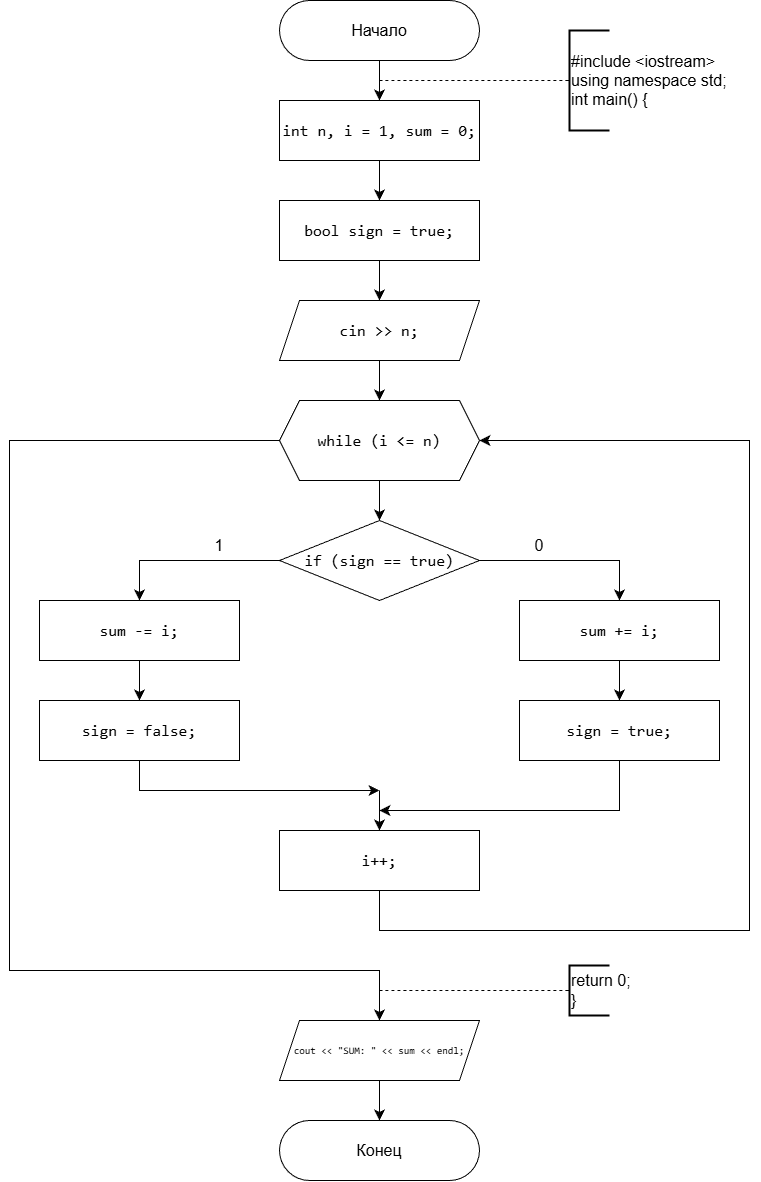
Above: Sem_1/2_16/2_16_block_scheme.png in egovcevivan/Labs_PSTU (draw.io), before the change. Source tidied: cells renumbered, new cells last; positions are measured from the earlier drawing's top-left corner, leaving out a move shared by most shapes. The source it was exported from:
```xml
<mxGraphModel background="#ffffff">
  <root>
    <mxCell id="0" />
    <mxCell id="1" parent="0" />
    <mxCell id="2" style="edgeStyle=none;curved=1;rounded=0;jettySize=auto;html=1;fontSize=12;startSize=8;endSize=8;" parent="1" edge="1" source="3" target="5">
      <mxGeometry relative="1" as="geometry" />
    </mxCell>
    <mxCell id="3" value="Начало" style="rounded=1;whiteSpace=wrap;html=1;arcSize=50;fontSize=16;" parent="1" vertex="1">
      <mxGeometry x="270" width="200" height="60" as="geometry" />
    </mxCell>
    <mxCell id="4" style="edgeStyle=none;curved=1;rounded=0;jettySize=auto;html=1;fontSize=12;startSize=8;endSize=8;" parent="1" edge="1" source="5" target="7">
      <mxGeometry relative="1" as="geometry" />
    </mxCell>
    <mxCell id="5" value="&lt;div style=&quot;font-family: Consolas, &amp;quot;Courier New&amp;quot;, monospace; line-height: 22px; white-space: pre;&quot;&gt;&lt;span style=&quot;&quot;&gt;int&lt;/span&gt; &lt;span style=&quot;&quot;&gt;n&lt;/span&gt;, i = 1, &lt;span style=&quot;&quot;&gt;sum&lt;/span&gt; &lt;span style=&quot;&quot;&gt;=&lt;/span&gt; &lt;span style=&quot;&quot;&gt;0&lt;/span&gt;;&lt;/div&gt;" style="rounded=0;whiteSpace=wrap;html=1;fontSize=16;labelBackgroundColor=none;fontColor=default;" parent="1" vertex="1">
      <mxGeometry x="270" y="100" width="200" height="60" as="geometry" />
    </mxCell>
    <mxCell id="6" style="edgeStyle=none;curved=1;rounded=0;jettySize=auto;html=1;fontSize=12;startSize=8;endSize=8;" parent="1" edge="1" source="7" target="11">
      <mxGeometry relative="1" as="geometry" />
    </mxCell>
    <mxCell id="7" value="&lt;div style=&quot;font-family: Consolas, &amp;quot;Courier New&amp;quot;, monospace; line-height: 22px; white-space: pre;&quot;&gt;&lt;span style=&quot;&quot;&gt;bool&lt;/span&gt; &lt;span style=&quot;&quot;&gt;sign&lt;/span&gt; &lt;span style=&quot;&quot;&gt;=&lt;/span&gt; &lt;span style=&quot;&quot;&gt;true&lt;/span&gt;;&lt;/div&gt;" style="rounded=0;whiteSpace=wrap;html=1;fontSize=16;labelBackgroundColor=none;fontColor=default;" parent="1" vertex="1">
      <mxGeometry x="270" y="200" width="200" height="60" as="geometry" />
    </mxCell>
    <mxCell id="8" style="endArrow=none;dashed=1;html=1;rounded=0;fontSize=12;startSize=8;endSize=8;curved=1;entryX=0;entryY=0.5;entryDx=0;entryDy=0;entryPerimeter=0;" parent="1" edge="1" target="9">
      <mxGeometry relative="1" as="geometry">
        <mxPoint x="370" y="80" as="sourcePoint" />
      </mxGeometry>
    </mxCell>
    <mxCell id="9" value="#include &amp;lt;iostream&amp;gt;&lt;div&gt;using namespace std;&lt;/div&gt;&lt;div&gt;int main() {&lt;/div&gt;" style="strokeWidth=2;html=1;shape=mxgraph.flowchart.annotation_1;align=left;fontSize=16;" parent="1" vertex="1">
      <mxGeometry x="560" y="30" width="40" height="100" as="geometry" />
    </mxCell>
    <mxCell id="10" style="edgeStyle=none;curved=1;rounded=0;jettySize=auto;html=1;fontSize=12;startSize=8;endSize=8;" parent="1" edge="1" source="11" target="14">
      <mxGeometry relative="1" as="geometry" />
    </mxCell>
    <mxCell id="11" value="&lt;div style=&quot;font-family: Consolas, &amp;quot;Courier New&amp;quot;, monospace; line-height: 22px; white-space: pre;&quot;&gt;&lt;span style=&quot;&quot;&gt;cin&lt;/span&gt; &lt;span style=&quot;&quot;&gt;&amp;gt;&amp;gt;&lt;/span&gt; &lt;span style=&quot;&quot;&gt;n&lt;/span&gt;;&lt;/div&gt;" style="shape=parallelogram;perimeter=parallelogramPerimeter;whiteSpace=wrap;html=1;fixedSize=1;direction=west;fontSize=16;labelBackgroundColor=none;fontColor=default;" parent="1" vertex="1">
      <mxGeometry x="270" y="300" width="200" height="60" as="geometry" />
    </mxCell>
    <mxCell id="12" style="edgeStyle=none;curved=1;rounded=0;jettySize=auto;html=1;fontSize=12;startSize=8;endSize=8;" parent="1" edge="1" source="14" target="17">
      <mxGeometry relative="1" as="geometry" />
    </mxCell>
    <mxCell id="13" style="edgeStyle=none;curved=0;rounded=0;jettySize=auto;html=1;exitX=0;exitY=0.5;exitDx=0;exitDy=0;entryX=0.5;entryY=0;entryDx=0;entryDy=0;fontSize=12;startSize=8;endSize=8;" parent="1" edge="1" source="14" target="32">
      <mxGeometry relative="1" as="geometry">
        <Array as="points">
          <mxPoint y="440" />
          <mxPoint y="970" />
          <mxPoint x="370" y="970" />
        </Array>
      </mxGeometry>
    </mxCell>
    <mxCell id="14" value="&lt;div style=&quot;font-family: Consolas, &amp;quot;Courier New&amp;quot;, monospace; line-height: 22px; white-space: pre;&quot;&gt;&lt;div style=&quot;line-height: 22px;&quot;&gt;&lt;span style=&quot;&quot;&gt;while&lt;/span&gt; (&lt;span style=&quot;&quot;&gt;i&lt;/span&gt; &lt;span style=&quot;&quot;&gt;&amp;lt;=&lt;/span&gt; &lt;span style=&quot;&quot;&gt;n&lt;/span&gt;)&lt;/div&gt;&lt;/div&gt;" style="shape=hexagon;perimeter=hexagonPerimeter2;whiteSpace=wrap;html=1;fixedSize=1;fontSize=16;labelBackgroundColor=none;fontColor=default;" parent="1" vertex="1">
      <mxGeometry x="270" y="400" width="200" height="80" as="geometry" />
    </mxCell>
    <mxCell id="15" style="edgeStyle=none;curved=0;rounded=0;jettySize=auto;html=1;exitX=0;exitY=0.5;exitDx=0;exitDy=0;entryX=0.5;entryY=0;entryDx=0;entryDy=0;fontSize=12;startSize=8;endSize=8;" parent="1" edge="1" source="17" target="19">
      <mxGeometry relative="1" as="geometry">
        <Array as="points">
          <mxPoint x="130" y="560" />
        </Array>
      </mxGeometry>
    </mxCell>
    <mxCell id="16" style="edgeStyle=none;curved=0;rounded=0;jettySize=auto;html=1;exitX=1;exitY=0.5;exitDx=0;exitDy=0;entryX=0.5;entryY=0;entryDx=0;entryDy=0;fontSize=12;startSize=8;endSize=8;strokeColor=default;" parent="1" edge="1" source="17" target="23">
      <mxGeometry relative="1" as="geometry">
        <Array as="points">
          <mxPoint x="610" y="560" />
        </Array>
      </mxGeometry>
    </mxCell>
    <mxCell id="17" value="&lt;div style=&quot;font-family: Consolas, &amp;quot;Courier New&amp;quot;, monospace; line-height: 22px; white-space: pre;&quot;&gt;&lt;span style=&quot;&quot;&gt;if&lt;/span&gt; (&lt;span style=&quot;&quot;&gt;sign&lt;/span&gt; &lt;span style=&quot;&quot;&gt;==&lt;/span&gt; &lt;span style=&quot;&quot;&gt;true&lt;/span&gt;)&lt;/div&gt;" style="rhombus;whiteSpace=wrap;html=1;fontSize=16;labelBackgroundColor=none;fontColor=default;" parent="1" vertex="1">
      <mxGeometry x="270" y="520" width="200" height="80" as="geometry" />
    </mxCell>
    <mxCell id="18" style="edgeStyle=none;curved=1;rounded=0;jettySize=auto;html=1;fontSize=12;startSize=8;endSize=8;" parent="1" edge="1" source="19" target="20">
      <mxGeometry relative="1" as="geometry" />
    </mxCell>
    <mxCell id="19" value="&lt;div style=&quot;font-family: Consolas, &amp;quot;Courier New&amp;quot;, monospace; line-height: 22px; white-space: pre;&quot;&gt;&lt;span style=&quot;&quot;&gt;sum&lt;/span&gt; &lt;span style=&quot;&quot;&gt;-=&lt;/span&gt; &lt;span style=&quot;&quot;&gt;i&lt;/span&gt;;&lt;/div&gt;" style="rounded=0;whiteSpace=wrap;html=1;fontSize=16;labelBackgroundColor=none;fontColor=default;" parent="1" vertex="1">
      <mxGeometry x="30" y="600" width="200" height="60" as="geometry" />
    </mxCell>
    <mxCell id="20" value="&lt;div style=&quot;font-family: Consolas, &amp;quot;Courier New&amp;quot;, monospace; line-height: 22px; white-space: pre;&quot;&gt;&lt;div style=&quot;line-height: 22px;&quot;&gt;&lt;span style=&quot;&quot;&gt;sign&lt;/span&gt; &lt;span style=&quot;&quot;&gt;=&lt;/span&gt; &lt;span style=&quot;&quot;&gt;false&lt;/span&gt;;&lt;/div&gt;&lt;/div&gt;" style="rounded=0;whiteSpace=wrap;html=1;fontSize=16;labelBackgroundColor=none;fontColor=default;" parent="1" vertex="1">
      <mxGeometry x="30" y="700" width="200" height="60" as="geometry" />
    </mxCell>
    <mxCell id="21" value="1" style="text;html=1;whiteSpace=wrap;strokeColor=none;fillColor=none;align=center;verticalAlign=middle;rounded=0;fontSize=16;" parent="1" vertex="1">
      <mxGeometry x="180" y="530" width="60" height="30" as="geometry" />
    </mxCell>
    <mxCell id="22" style="edgeStyle=none;curved=1;rounded=0;jettySize=auto;html=1;fontSize=12;startSize=8;endSize=8;" parent="1" edge="1" source="23" target="25">
      <mxGeometry relative="1" as="geometry" />
    </mxCell>
    <mxCell id="23" value="&lt;div style=&quot;font-family: Consolas, &amp;quot;Courier New&amp;quot;, monospace; line-height: 22px; white-space: pre;&quot;&gt;&lt;span style=&quot;&quot;&gt;sum&lt;/span&gt; +&lt;span style=&quot;&quot;&gt;=&lt;/span&gt; &lt;span style=&quot;&quot;&gt;i&lt;/span&gt;;&lt;/div&gt;" style="rounded=0;whiteSpace=wrap;html=1;fontSize=16;labelBackgroundColor=none;fontColor=default;" parent="1" vertex="1">
      <mxGeometry x="510" y="600" width="200" height="60" as="geometry" />
    </mxCell>
    <mxCell id="24" style="edgeStyle=none;curved=0;rounded=0;jettySize=auto;html=1;exitX=0.5;exitY=1;exitDx=0;exitDy=0;fontSize=12;startSize=8;endSize=8;" parent="1" edge="1" source="25">
      <mxGeometry relative="1" as="geometry">
        <mxPoint x="370" y="810" as="targetPoint" />
        <Array as="points">
          <mxPoint x="610" y="810" />
        </Array>
      </mxGeometry>
    </mxCell>
    <mxCell id="25" value="&lt;div style=&quot;font-family: Consolas, &amp;quot;Courier New&amp;quot;, monospace; line-height: 22px; white-space: pre;&quot;&gt;&lt;div style=&quot;line-height: 22px;&quot;&gt;&lt;span style=&quot;&quot;&gt;sign&lt;/span&gt; &lt;span style=&quot;&quot;&gt;=&lt;/span&gt; true;&lt;/div&gt;&lt;/div&gt;" style="rounded=0;whiteSpace=wrap;html=1;fontSize=16;labelBackgroundColor=none;fontColor=default;" parent="1" vertex="1">
      <mxGeometry x="510" y="700" width="200" height="60" as="geometry" />
    </mxCell>
    <mxCell id="26" value="0" style="text;html=1;whiteSpace=wrap;strokeColor=none;fillColor=none;align=center;verticalAlign=middle;rounded=0;fontSize=16;" parent="1" vertex="1">
      <mxGeometry x="500" y="530" width="60" height="30" as="geometry" />
    </mxCell>
    <mxCell id="27" style="edgeStyle=none;curved=0;rounded=0;jettySize=auto;html=1;exitX=0.5;exitY=1;exitDx=0;exitDy=0;entryX=1;entryY=0.5;entryDx=0;entryDy=0;fontSize=12;startSize=8;endSize=8;" parent="1" edge="1" source="28" target="14">
      <mxGeometry relative="1" as="geometry">
        <Array as="points">
          <mxPoint x="370" y="930" />
          <mxPoint x="740" y="930" />
          <mxPoint x="740" y="440" />
        </Array>
      </mxGeometry>
    </mxCell>
    <mxCell id="28" value="&lt;div style=&quot;font-family: Consolas, &amp;quot;Courier New&amp;quot;, monospace; line-height: 22px; white-space: pre;&quot;&gt;&lt;span&gt;i&lt;/span&gt;&lt;span&gt;++&lt;/span&gt;;&lt;/div&gt;" style="rounded=0;whiteSpace=wrap;html=1;fontSize=16;labelBackgroundColor=none;fontColor=default;" parent="1" vertex="1">
      <mxGeometry x="270" y="830" width="200" height="60" as="geometry" />
    </mxCell>
    <mxCell id="29" style="endArrow=classic;html=1;rounded=0;fontSize=12;startSize=8;endSize=8;curved=1;entryX=0.5;entryY=0;entryDx=0;entryDy=0;" parent="1" edge="1" target="28">
      <mxGeometry relative="1" as="geometry">
        <mxPoint x="370" y="790" as="sourcePoint" />
      </mxGeometry>
    </mxCell>
    <mxCell id="30" style="endArrow=classic;html=1;rounded=0;fontSize=12;startSize=8;endSize=8;curved=0;exitX=0.5;exitY=1;exitDx=0;exitDy=0;" parent="1" edge="1" source="20">
      <mxGeometry relative="1" as="geometry">
        <mxPoint x="370" y="790" as="targetPoint" />
        <Array as="points">
          <mxPoint x="130" y="790" />
        </Array>
      </mxGeometry>
    </mxCell>
    <mxCell id="31" style="edgeStyle=none;curved=1;rounded=0;jettySize=auto;html=1;fontSize=12;startSize=8;endSize=8;" parent="1" edge="1" source="32" target="33">
      <mxGeometry relative="1" as="geometry" />
    </mxCell>
    <mxCell id="32" value="&lt;div style=&quot;font-family: Consolas, &amp;quot;Courier New&amp;quot;, monospace; line-height: 22px; white-space: pre;&quot;&gt;&lt;span style=&quot;&quot;&gt;cout&lt;/span&gt; &lt;span style=&quot;&quot;&gt;&amp;lt;&amp;lt;&lt;/span&gt; &lt;span style=&quot;&quot;&gt;&quot;SUM: &quot;&lt;/span&gt; &lt;span style=&quot;&quot;&gt;&amp;lt;&amp;lt;&lt;/span&gt; &lt;span style=&quot;&quot;&gt;sum&lt;/span&gt; &lt;span style=&quot;&quot;&gt;&amp;lt;&amp;lt;&lt;/span&gt; &lt;span style=&quot;&quot;&gt;endl&lt;/span&gt;;&lt;/div&gt;" style="shape=parallelogram;perimeter=parallelogramPerimeter;whiteSpace=wrap;html=1;fixedSize=1;fontSize=10;labelBackgroundColor=none;fontColor=default;" parent="1" vertex="1">
      <mxGeometry x="270" y="1020" width="200" height="60" as="geometry" />
    </mxCell>
    <mxCell id="33" value="Конец" style="rounded=1;whiteSpace=wrap;html=1;arcSize=50;fontSize=16;" parent="1" vertex="1">
      <mxGeometry x="270" y="1120" width="200" height="60" as="geometry" />
    </mxCell>
    <mxCell id="34" style="endArrow=none;dashed=1;html=1;rounded=0;fontSize=12;startSize=8;endSize=8;curved=1;entryX=0;entryY=0.5;entryDx=0;entryDy=0;entryPerimeter=0;" parent="1" edge="1" target="35">
      <mxGeometry relative="1" as="geometry">
        <mxPoint x="370" y="990" as="sourcePoint" />
      </mxGeometry>
    </mxCell>
    <mxCell id="35" value="return 0;&lt;div&gt;}&lt;/div&gt;" style="strokeWidth=2;html=1;shape=mxgraph.flowchart.annotation_1;align=left;fontSize=16;" parent="1" vertex="1">
      <mxGeometry x="560" y="965" width="40" height="50" as="geometry" />
    </mxCell>
  </root>
</mxGraphModel>
```
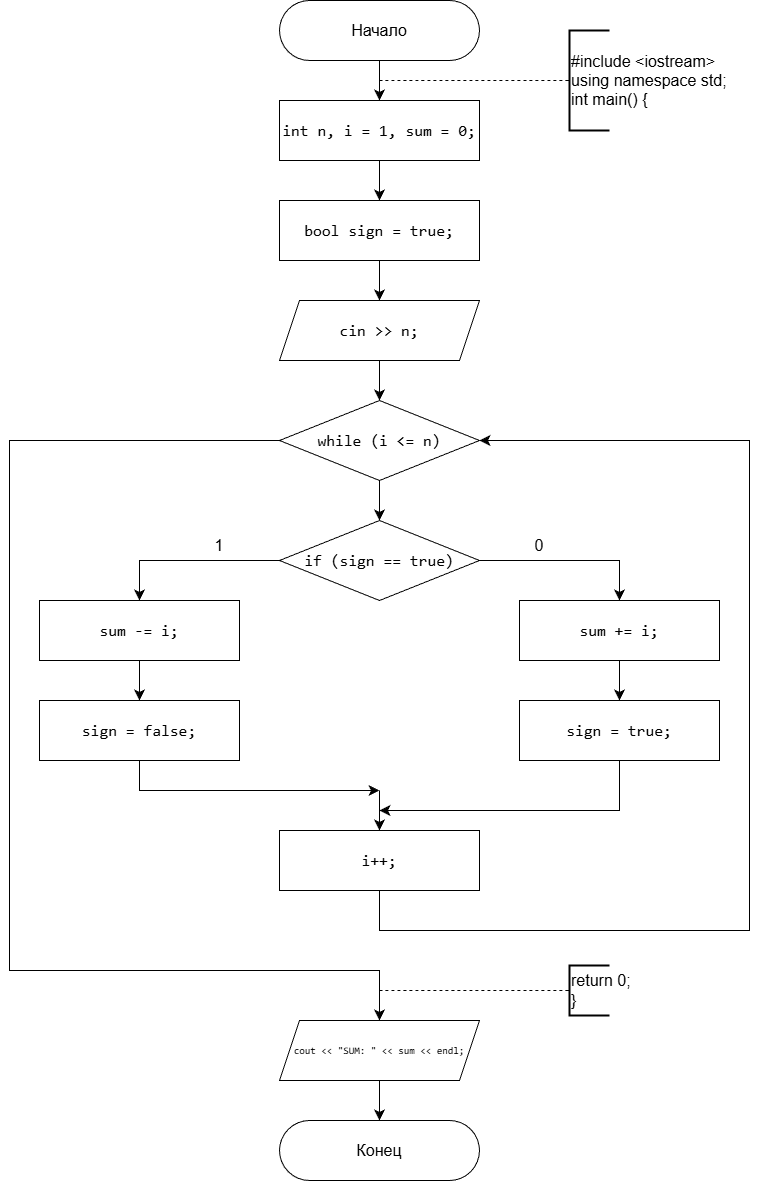
After the change.

Commit message:
Fixed block-schemes 2_14, 2_15, 2_16, 2_18, 2_21

The edit, as a diff of the source:
```diff
@@ -28,17 +28,22 @@
     <mxCell id="9" value="#include &amp;lt;iostream&amp;gt;&lt;div&gt;using namespace std;&lt;/div&gt;&lt;div&gt;int main() {&lt;/div&gt;" style="strokeWidth=2;html=1;shape=mxgraph.flowchart.annotation_1;align=left;fontSize=16;" parent="1" vertex="1">
       <mxGeometry x="560" y="30" width="40" height="100" as="geometry" />
     </mxCell>
-    <mxCell id="10" style="edgeStyle=none;curved=1;rounded=0;jettySize=auto;html=1;fontSize=12;startSize=8;endSize=8;" parent="1" edge="1" source="11" target="14">
-      <mxGeometry relative="1" as="geometry" />
+    <mxCell id="10" style="edgeStyle=none;curved=1;rounded=0;jettySize=auto;html=1;fontSize=12;startSize=8;endSize=8;" parent="1" edge="1" source="11">
+      <mxGeometry relative="1" as="geometry">
+        <mxPoint x="370" y="400" as="targetPoint" />
+      </mxGeometry>
     </mxCell>
     <mxCell id="11" value="&lt;div style=&quot;font-family: Consolas, &amp;quot;Courier New&amp;quot;, monospace; line-height: 22px; white-space: pre;&quot;&gt;&lt;span style=&quot;&quot;&gt;cin&lt;/span&gt; &lt;span style=&quot;&quot;&gt;&amp;gt;&amp;gt;&lt;/span&gt; &lt;span style=&quot;&quot;&gt;n&lt;/span&gt;;&lt;/div&gt;" style="shape=parallelogram;perimeter=parallelogramPerimeter;whiteSpace=wrap;html=1;fixedSize=1;direction=west;fontSize=16;labelBackgroundColor=none;fontColor=default;" parent="1" vertex="1">
       <mxGeometry x="270" y="300" width="200" height="60" as="geometry" />
     </mxCell>
-    <mxCell id="12" style="edgeStyle=none;curved=1;rounded=0;jettySize=auto;html=1;fontSize=12;startSize=8;endSize=8;" parent="1" edge="1" source="14" target="17">
-      <mxGeometry relative="1" as="geometry" />
+    <mxCell id="12" style="edgeStyle=none;curved=1;rounded=0;jettySize=auto;html=1;fontSize=12;startSize=8;endSize=8;" parent="1" edge="1" target="17">
+      <mxGeometry relative="1" as="geometry">
+        <mxPoint x="370" y="480" as="sourcePoint" />
+      </mxGeometry>
     </mxCell>
-    <mxCell id="13" style="edgeStyle=none;curved=0;rounded=0;jettySize=auto;html=1;exitX=0;exitY=0.5;exitDx=0;exitDy=0;entryX=0.5;entryY=0;entryDx=0;entryDy=0;fontSize=12;startSize=8;endSize=8;" parent="1" edge="1" source="14" target="32">
+    <mxCell id="13" style="edgeStyle=none;curved=0;rounded=0;jettySize=auto;html=1;exitX=0;exitY=0.5;exitDx=0;exitDy=0;entryX=0.5;entryY=0;entryDx=0;entryDy=0;fontSize=12;startSize=8;endSize=8;" parent="1" edge="1" target="32">
       <mxGeometry relative="1" as="geometry">
+        <mxPoint x="270" y="440" as="sourcePoint" />
         <Array as="points">
           <mxPoint y="440" />
           <mxPoint y="970" />
@@ -46,9 +51,6 @@
         </Array>
       </mxGeometry>
     </mxCell>
-    <mxCell id="14" value="&lt;div style=&quot;font-family: Consolas, &amp;quot;Courier New&amp;quot;, monospace; line-height: 22px; white-space: pre;&quot;&gt;&lt;div style=&quot;line-height: 22px;&quot;&gt;&lt;span style=&quot;&quot;&gt;while&lt;/span&gt; (&lt;span style=&quot;&quot;&gt;i&lt;/span&gt; &lt;span style=&quot;&quot;&gt;&amp;lt;=&lt;/span&gt; &lt;span style=&quot;&quot;&gt;n&lt;/span&gt;)&lt;/div&gt;&lt;/div&gt;" style="shape=hexagon;perimeter=hexagonPerimeter2;whiteSpace=wrap;html=1;fixedSize=1;fontSize=16;labelBackgroundColor=none;fontColor=default;" parent="1" vertex="1">
-      <mxGeometry x="270" y="400" width="200" height="80" as="geometry" />
-    </mxCell>
     <mxCell id="15" style="edgeStyle=none;curved=0;rounded=0;jettySize=auto;html=1;exitX=0;exitY=0.5;exitDx=0;exitDy=0;entryX=0.5;entryY=0;entryDx=0;entryDy=0;fontSize=12;startSize=8;endSize=8;" parent="1" edge="1" source="17" target="19">
       <mxGeometry relative="1" as="geometry">
         <Array as="points">
@@ -98,8 +100,9 @@
     <mxCell id="26" value="0" style="text;html=1;whiteSpace=wrap;strokeColor=none;fillColor=none;align=center;verticalAlign=middle;rounded=0;fontSize=16;" parent="1" vertex="1">
       <mxGeometry x="500" y="530" width="60" height="30" as="geometry" />
     </mxCell>
-    <mxCell id="27" style="edgeStyle=none;curved=0;rounded=0;jettySize=auto;html=1;exitX=0.5;exitY=1;exitDx=0;exitDy=0;entryX=1;entryY=0.5;entryDx=0;entryDy=0;fontSize=12;startSize=8;endSize=8;" parent="1" edge="1" source="28" target="14">
+    <mxCell id="27" style="edgeStyle=none;curved=0;rounded=0;jettySize=auto;html=1;exitX=0.5;exitY=1;exitDx=0;exitDy=0;entryX=1;entryY=0.5;entryDx=0;entryDy=0;fontSize=12;startSize=8;endSize=8;" parent="1" edge="1" source="28">
       <mxGeometry relative="1" as="geometry">
+        <mxPoint x="470" y="440" as="targetPoint" />
         <Array as="points">
           <mxPoint x="370" y="930" />
           <mxPoint x="740" y="930" />
@@ -140,5 +143,8 @@
     <mxCell id="35" value="return 0;&lt;div&gt;}&lt;/div&gt;" style="strokeWidth=2;html=1;shape=mxgraph.flowchart.annotation_1;align=left;fontSize=16;" parent="1" vertex="1">
       <mxGeometry x="560" y="965" width="40" height="50" as="geometry" />
     </mxCell>
+    <mxCell id="14" value="&lt;span style=&quot;font-family: Consolas, &amp;quot;Courier New&amp;quot;, monospace; font-size: 16px; white-space: pre;&quot;&gt;while&lt;/span&gt;&lt;span style=&quot;font-family: Consolas, &amp;quot;Courier New&amp;quot;, monospace; font-size: 16px; white-space: pre;&quot;&gt; (&lt;/span&gt;&lt;span style=&quot;font-family: Consolas, &amp;quot;Courier New&amp;quot;, monospace; font-size: 16px; white-space: pre;&quot;&gt;i&lt;/span&gt;&lt;span style=&quot;font-family: Consolas, &amp;quot;Courier New&amp;quot;, monospace; font-size: 16px; white-space: pre;&quot;&gt; &lt;/span&gt;&lt;span style=&quot;font-family: Consolas, &amp;quot;Courier New&amp;quot;, monospace; font-size: 16px; white-space: pre;&quot;&gt;&amp;lt;=&lt;/span&gt;&lt;span style=&quot;font-family: Consolas, &amp;quot;Courier New&amp;quot;, monospace; font-size: 16px; white-space: pre;&quot;&gt; &lt;/span&gt;&lt;span style=&quot;font-family: Consolas, &amp;quot;Courier New&amp;quot;, monospace; font-size: 16px; white-space: pre;&quot;&gt;n&lt;/span&gt;&lt;span style=&quot;font-family: Consolas, &amp;quot;Courier New&amp;quot;, monospace; font-size: 16px; white-space: pre;&quot;&gt;)&lt;/span&gt;" style="rhombus;whiteSpace=wrap;html=1;" parent="1" vertex="1">
+      <mxGeometry x="270" y="400" width="200" height="80" as="geometry" />
+    </mxCell>
   </root>
 </mxGraphModel>
```
